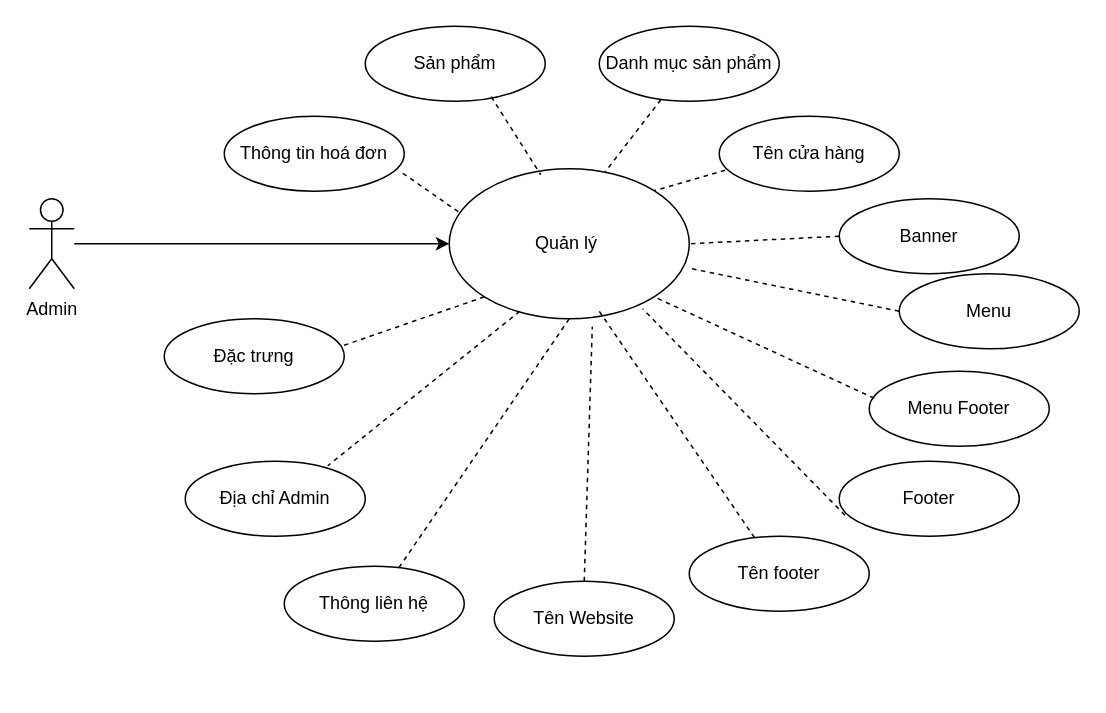
This is UseCaseAdmin (1).drawio from duongquocvu0411/CDSG-CNPM, a draw.io file, before an edit. Source tidied: cells renumbered, new cells numbered last; positions are measured from the earlier drawing's top-left corner, leaving out a move shared by most shapes. Both pictures are drawn from the tidied source at 150%, with x=0, y=0 at pixel (28, 26).
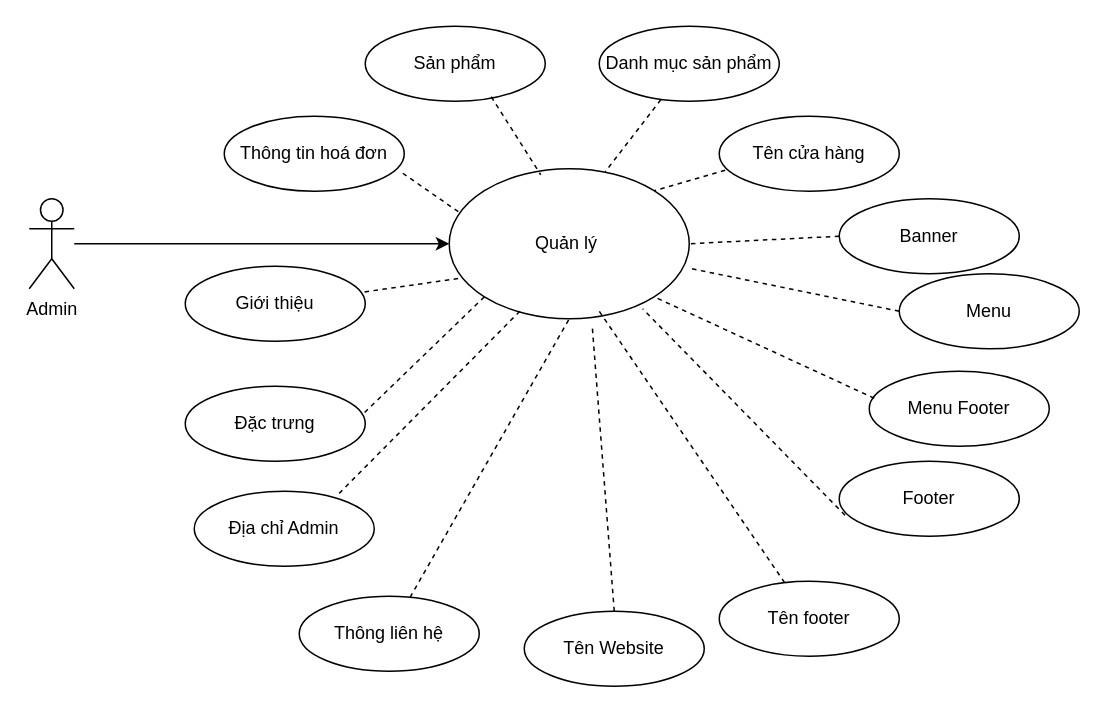
Above is the later version.

Unchanged cells that the change refers to:
```xml
<mxCell id="10" value="Quản lý&amp;nbsp;" style="ellipse;whiteSpace=wrap;html=1;" parent="1" vertex="1">
  <mxGeometry x="280" y="95" width="160" height="100" as="geometry" />
</mxCell>
```

Diff of the diagram source:
```diff
@@
     <mxCell id="5" value="Đặc trưng" style="ellipse;whiteSpace=wrap;html=1;" parent="1" vertex="1">
-      <mxGeometry x="90" y="195" width="120" height="50" as="geometry" />
+      <mxGeometry x="104" y="240" width="120" height="50" as="geometry" />
     </mxCell>
@@
     <mxCell id="8" value="Địa chỉ Admin" style="ellipse;whiteSpace=wrap;html=1;" parent="1" vertex="1">
-      <mxGeometry x="104" y="290" width="120" height="50" as="geometry" />
+      <mxGeometry x="110" y="310" width="120" height="50" as="geometry" />
     </mxCell>
     <mxCell id="9" value="Thông liên hệ" style="ellipse;whiteSpace=wrap;html=1;" parent="1" vertex="1">
-      <mxGeometry x="170" y="360" width="120" height="50" as="geometry" />
+      <mxGeometry x="180" y="380" width="120" height="50" as="geometry" />
     </mxCell>
@@
     <mxCell id="13" value="Tên footer" style="ellipse;whiteSpace=wrap;html=1;" parent="1" vertex="1">
-      <mxGeometry x="440" y="340" width="120" height="50" as="geometry" />
+      <mxGeometry x="460" y="370" width="120" height="50" as="geometry" />
     </mxCell>
@@
     <mxCell id="27" value="Tên Website" style="ellipse;whiteSpace=wrap;html=1;" parent="1" vertex="1">
-      <mxGeometry x="310" y="370" width="120" height="50" as="geometry" />
+      <mxGeometry x="330" y="390" width="120" height="50" as="geometry" />
     </mxCell>
@@
+    <mxCell id="31" value="Giới thiệu" style="ellipse;whiteSpace=wrap;html=1;" parent="1" vertex="1">
+      <mxGeometry x="104" y="160" width="120" height="50" as="geometry" />
+    </mxCell>
+    <mxCell id="32" style="endArrow=none;dashed=1;html=1;rounded=0;exitX=0.037;exitY=0.732;exitDx=0;exitDy=0;exitPerimeter=0;" parent="1" edge="1" source="10" target="31">
+      <mxGeometry relative="1" as="geometry" />
+    </mxCell>
```
